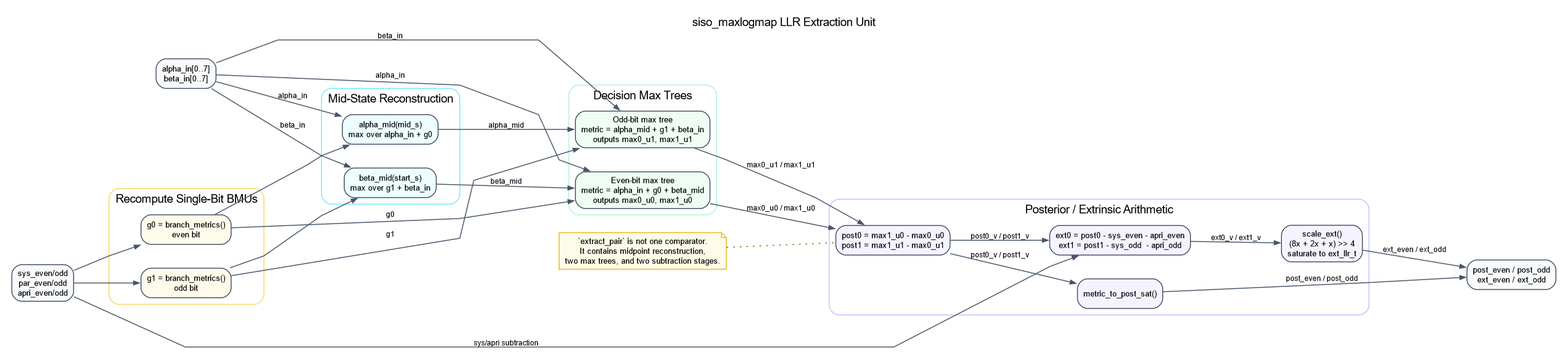
This is architecture_exports/siso_maxlogmap/internal_units/SISO_LLR_EXTRACTION_UNIT.png from HarshithaModekurty/Parallel-Turbo-Decoder-ASIC-for-3GPP-LTE, a Graphviz export, as it was before one commit. Its source is kept beside it as architecture_exports/siso_maxlogmap/internal_units/SISO_LLR_EXTRACTION_UNIT.dot.
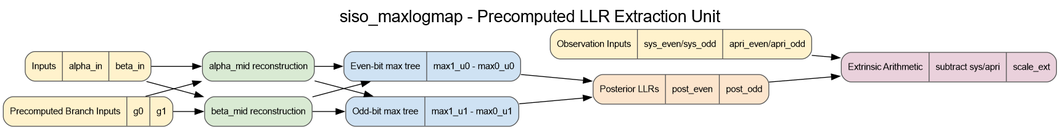
Later version of the same file.

Diff of the diagram source:
```diff
@@ -1,101 +1,28 @@
-digraph siso_llr_extract {
-  graph [
-    rankdir=LR,
-    splines=polyline,
-    nodesep=0.4,
-    ranksep=0.7,
-    pad=0.2,
-    bgcolor="white",
-    fontname="Helvetica",
-    labelloc="t",
-    label="siso_maxlogmap LLR Extraction Unit"
-  ];
+digraph G {
+  rankdir=LR;
+  graph [labelloc=t, fontsize=20, fontname="Helvetica", label="siso_maxlogmap - Precomputed LLR Extraction Unit"];
+  node [shape=record, style="rounded,filled", fontname="Helvetica", fontsize=11, fillcolor="#f8f6ef", color="#555555"];
 
-  node [
-    shape=box,
-    style="rounded,filled",
-    fillcolor="white",
-    color="#334155",
-    fontname="Helvetica",
-    fontsize=10,
-    margin="0.10,0.06"
-  ];
+  in0 [label="{Inputs|alpha_in|beta_in}", fillcolor="#fff2cc"];
+  in1 [label="{Precomputed Branch Inputs|g0|g1}", fillcolor="#fff2cc"];
+  in2 [label="{Observation Inputs|sys_even/sys_odd|apri_even/apri_odd}", fillcolor="#fff2cc"];
+  amid [label="{alpha_mid reconstruction}", fillcolor="#d9ead3"];
+  bmid [label="{beta_mid reconstruction}", fillcolor="#d9ead3"];
+  maxe [label="{Even-bit max tree|max1_u0 - max0_u0}", fillcolor="#cfe2f3"];
+  maxo [label="{Odd-bit max tree|max1_u1 - max0_u1}", fillcolor="#cfe2f3"];
+  post [label="{Posterior LLRs|post_even|post_odd}", fillcolor="#fce5cd"];
+  ext [label="{Extrinsic Arithmetic|subtract sys/apri|scale_ext}", fillcolor="#ead1dc"];
 
-  edge [
-    color="#475569",
-    arrowsize=0.7,
-    penwidth=1.1,
-    fontname="Helvetica",
-    fontsize=9
-  ];
-
-  in_state [label="alpha_in[0..7]\nbeta_in[0..7]", fillcolor="#F8FAFC"];
-  in_pair [label="sys_even/odd\npar_even/odd\napri_even/odd", fillcolor="#F8FAFC"];
-  out_pair [label="post_even / post_odd\next_even / ext_odd", fillcolor="#F8FAFC"];
-
-  subgraph cluster_bmu {
-    label="Recompute Single-Bit BMUs";
-    color="#FCD34D";
-    style="rounded";
-
-    g0 [label="g0 = branch_metrics()\neven bit", fillcolor="#FFFBEB"];
-    g1 [label="g1 = branch_metrics()\nodd bit", fillcolor="#FFFBEB"];
-  }
-
-  subgraph cluster_mid {
-    label="Mid-State Reconstruction";
-    color="#67E8F9";
-    style="rounded";
-
-    alpha_mid [label="alpha_mid(mid_s)\nmax over alpha_in + g0", fillcolor="#ECFEFF"];
-    beta_mid [label="beta_mid(start_s)\nmax over g1 + beta_in", fillcolor="#ECFEFF"];
-  }
-
-  subgraph cluster_max {
-    label="Decision Max Trees";
-    color="#A7F3D0";
-    style="rounded";
-
-    even_max [label="Even-bit max tree\nmetric = alpha_in + g0 + beta_mid\noutputs max0_u0, max1_u0", fillcolor="#F0FDF4"];
-    odd_max [label="Odd-bit max tree\nmetric = alpha_mid + g1 + beta_in\noutputs max0_u1, max1_u1", fillcolor="#F0FDF4"];
-  }
-
-  subgraph cluster_sub {
-    label="Posterior / Extrinsic Arithmetic";
-    color="#C4B5FD";
-    style="rounded";
-
-    post_sub [label="post0 = max1_u0 - max0_u0\npost1 = max1_u1 - max0_u1", fillcolor="#F5F3FF"];
-    ext_sub [label="ext0 = post0 - sys_even - apri_even\next1 = post1 - sys_odd  - apri_odd", fillcolor="#F5F3FF"];
-    scale [label="scale_ext()\n(8x + 2x + x) >> 4\nsaturate to ext_llr_t", fillcolor="#F5F3FF"];
-    sat_post [label="metric_to_post_sat()", fillcolor="#F5F3FF"];
-  }
-
-  note0 [shape=note, fillcolor="#FEFCE8", color="#EAB308", label="`extract_pair` is not one comparator.\nIt contains midpoint reconstruction,\ntwo max trees, and two subtraction stages."];
-
-  in_pair -> g0;
-  in_pair -> g1;
-  in_state -> alpha_mid [label="alpha_in"];
-  in_state -> beta_mid [label="beta_in"];
-  g0 -> alpha_mid;
-  g1 -> beta_mid;
-
-  in_state -> even_max [label="alpha_in"];
-  beta_mid -> even_max [label="beta_mid"];
-  g0 -> even_max [label="g0"];
-
-  alpha_mid -> odd_max [label="alpha_mid"];
-  in_state -> odd_max [label="beta_in"];
-  g1 -> odd_max [label="g1"];
-
-  even_max -> post_sub [label="max0_u0 / max1_u0"];
-  odd_max -> post_sub [label="max0_u1 / max1_u1"];
-  post_sub -> sat_post [label="post0_v / post1_v"];
-  post_sub -> ext_sub [label="post0_v / post1_v"];
-  in_pair -> ext_sub [label="sys/apri subtraction"];
-  ext_sub -> scale [label="ext0_v / ext1_v"];
-  sat_post -> out_pair [label="post_even / post_odd"];
-  scale -> out_pair [label="ext_even / ext_odd"];
-
-  note0 -> post_sub [style=dotted, arrowhead=none, color="#A16207"];
+  in0 -> amid;
+  in1 -> amid;
+  in0 -> bmid;
+  in1 -> bmid;
+  amid -> maxe;
+  bmid -> maxe;
+  amid -> maxo;
+  bmid -> maxo;
+  maxe -> post;
+  maxo -> post;
+  post -> ext;
+  in2 -> ext;
 }
```
